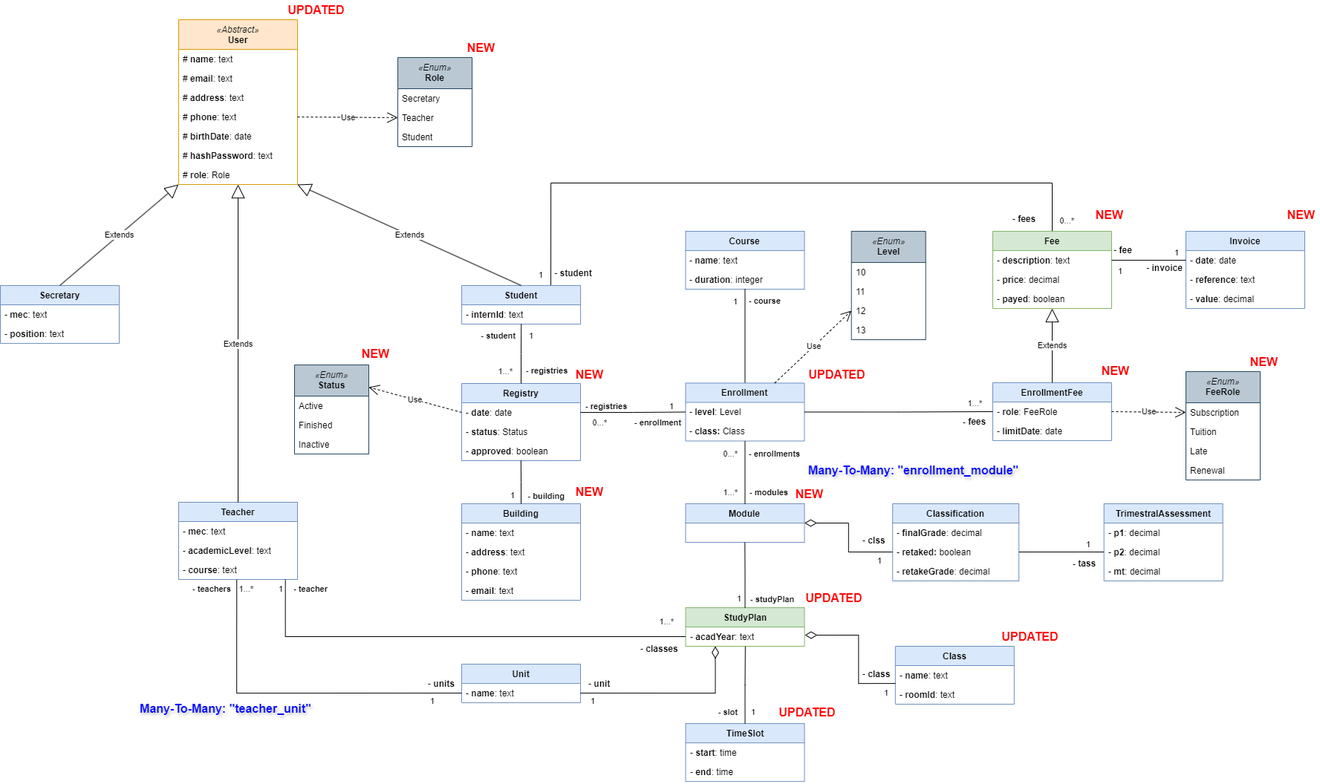
Before: documentation/data-model.drawio.png, a diagram exported from draw.io (Joaquim-Claudio/Imptel-Online_P.D.S-2024-2025). Source tidied: cells renumbered, new cells last; positions are measured from the earlier drawing's top-left corner, leaving out a move shared by most shapes.
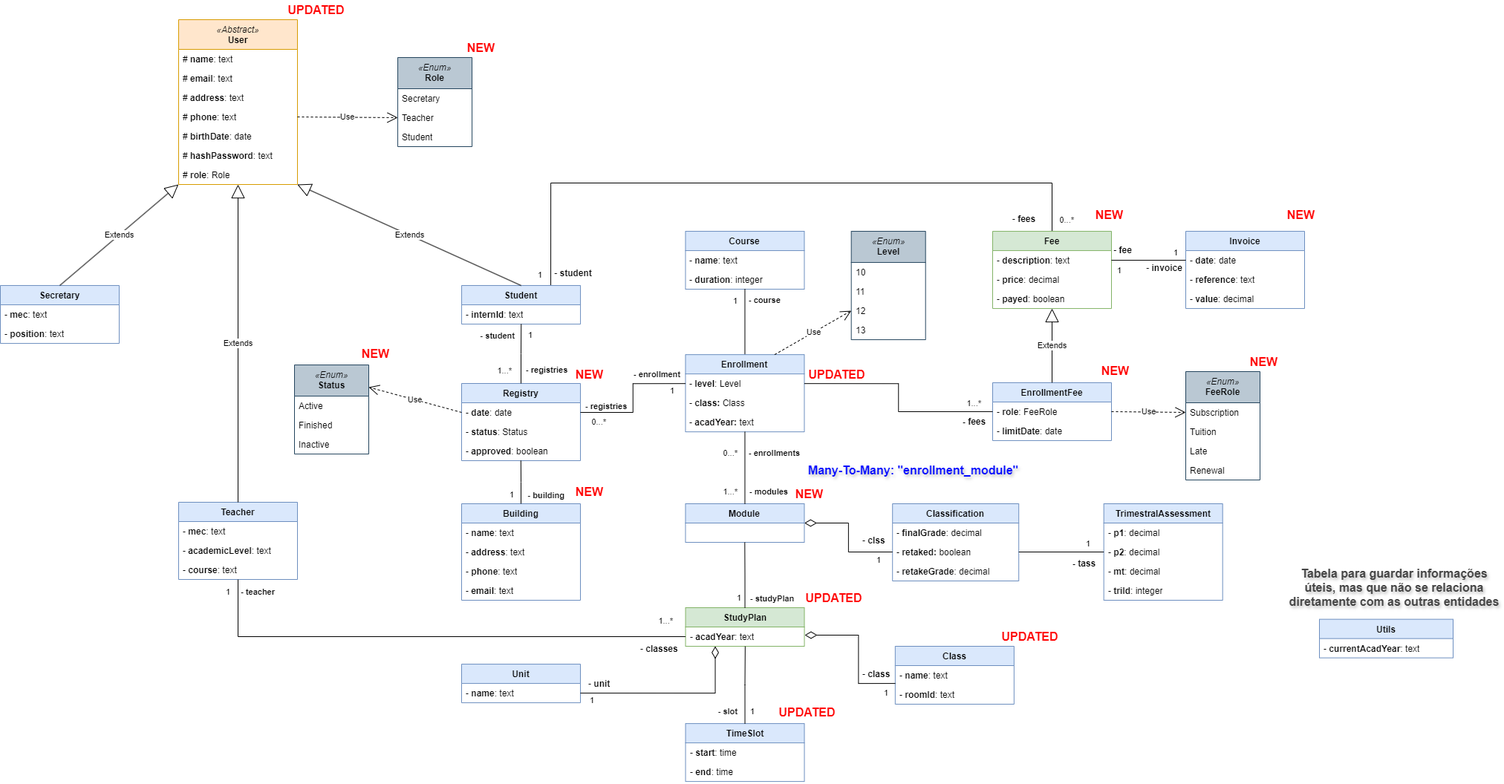
Later version of the same file.

Commit message:
Data model updated.

Change to the diagram source:
```diff
@@ -89,7 +89,7 @@
       <mxGeometry relative="1" as="geometry" />
     </mxCell>
     <mxCell id="29" value="Enrollment" style="swimlane;fontStyle=1;align=center;verticalAlign=top;horizontal=1;startSize=26;whiteSpace=wrap;html=1;fillColor=#dae8fc;strokeColor=#6c8ebf;" parent="1" vertex="1">
-      <mxGeometry x="922.5" y="515.5" width="160" height="78" as="geometry" />
+      <mxGeometry x="922.5" y="477.2" width="160" height="104" as="geometry" />
     </mxCell>
     <mxCell id="30" value="- &lt;b&gt;level&lt;/b&gt;: Level" style="text;strokeColor=none;fillColor=none;align=left;verticalAlign=top;spacingLeft=4;spacingRight=4;overflow=hidden;points=[[0,0.5],[1,0.5]];portConstraint=eastwest;whiteSpace=wrap;html=1;" parent="29" vertex="1">
       <mxGeometry y="26" width="160" height="26" as="geometry" />
@@ -97,6 +97,9 @@
     <mxCell id="31" value="- &lt;b&gt;class: &lt;/b&gt;Class" style="text;strokeColor=none;fillColor=none;align=left;verticalAlign=top;spacingLeft=4;spacingRight=4;overflow=hidden;whiteSpace=wrap;html=1;" parent="29" vertex="1">
       <mxGeometry y="52" width="160" height="26" as="geometry" />
     </mxCell>
+    <mxCell id="168" value="- &lt;b&gt;acadYear: &lt;/b&gt;text" style="text;strokeColor=none;fillColor=none;align=left;verticalAlign=top;spacingLeft=4;spacingRight=4;overflow=hidden;whiteSpace=wrap;html=1;" parent="29" vertex="1">
+      <mxGeometry y="78" width="160" height="26" as="geometry" />
+    </mxCell>
     <mxCell id="32" value="Extends" style="endArrow=block;endSize=16;endFill=0;html=1;rounded=0;entryX=-0.001;entryY=1;entryDx=0;entryDy=0;entryPerimeter=0;exitX=0.5;exitY=0;exitDx=0;exitDy=0;" parent="1" edge="1" source="10" target="9">
       <mxGeometry relative="1" as="geometry" />
     </mxCell>
@@ -125,7 +128,7 @@
       <mxGeometry y="78" width="170" height="26" as="geometry" />
     </mxCell>
     <mxCell id="41" value="TrimestralAssessment" style="swimlane;fontStyle=1;align=center;verticalAlign=top;horizontal=1;startSize=26;whiteSpace=wrap;html=1;fillColor=#dae8fc;strokeColor=#6c8ebf;" parent="1" vertex="1">
-      <mxGeometry x="1485.7" y="678" width="160" height="104" as="geometry" />
+      <mxGeometry x="1485.7" y="678" width="160" height="130" as="geometry" />
     </mxCell>
     <mxCell id="42" value="- &lt;b&gt;p1&lt;/b&gt;: decimal" style="text;strokeColor=none;fillColor=none;align=left;verticalAlign=top;spacingLeft=4;spacingRight=4;overflow=hidden;whiteSpace=wrap;html=1;" parent="41" vertex="1">
       <mxGeometry y="26" width="160" height="26" as="geometry" />
@@ -136,6 +139,9 @@
     <mxCell id="44" value="- &lt;b&gt;mt&lt;/b&gt;: decimal" style="text;strokeColor=none;fillColor=none;align=left;verticalAlign=top;spacingLeft=4;spacingRight=4;overflow=hidden;whiteSpace=wrap;html=1;" parent="41" vertex="1">
       <mxGeometry y="78" width="160" height="26" as="geometry" />
     </mxCell>
+    <mxCell id="169" value="- &lt;b&gt;triId&lt;/b&gt;: integer" style="text;strokeColor=none;fillColor=none;align=left;verticalAlign=top;spacingLeft=4;spacingRight=4;overflow=hidden;whiteSpace=wrap;html=1;" parent="41" vertex="1">
+      <mxGeometry y="104" width="160" height="26" as="geometry" />
+    </mxCell>
     <mxCell id="45" value="TimeSlot" style="swimlane;fontStyle=1;align=center;verticalAlign=top;horizontal=1;startSize=26;whiteSpace=wrap;html=1;fillColor=#dae8fc;strokeColor=#6c8ebf;" parent="1" vertex="1">
       <mxGeometry x="922.5" y="974.1" width="160" height="78" as="geometry" />
     </mxCell>
@@ -145,9 +151,6 @@
     <mxCell id="47" value="- &lt;b&gt;end&lt;/b&gt;: time" style="text;strokeColor=none;fillColor=none;align=left;verticalAlign=top;spacingLeft=4;spacingRight=4;overflow=hidden;whiteSpace=wrap;html=1;" parent="45" vertex="1">
       <mxGeometry y="52" width="160" height="26" as="geometry" />
     </mxCell>
-    <mxCell id="48" value="1" style="edgeLabel;html=1;align=right;verticalAlign=bottom;" parent="1" vertex="1">
-      <mxGeometry x="906" y="554.5" as="geometry" />
-    </mxCell>
     <mxCell id="49" value="1" style="edgeLabel;html=1;align=right;verticalAlign=bottom;" parent="1" vertex="1">
       <mxGeometry x="706" y="463" as="geometry">
         <mxPoint x="11" y="-4" as="offset" />
@@ -193,7 +196,7 @@
       <mxGeometry x="799.9" y="951.1" as="geometry" />
     </mxCell>
     <mxCell id="63" value="1" style="edgeLabel;html=1;align=right;verticalAlign=bottom;" parent="1" vertex="1">
-      <mxGeometry x="380" y="800" as="geometry" />
+      <mxGeometry x="310" y="805" as="geometry" />
     </mxCell>
     <mxCell id="64" value="1...*" style="edgeLabel;html=1;align=right;verticalAlign=bottom;" parent="1" vertex="1">
       <mxGeometry x="906" y="844" as="geometry" />
@@ -280,7 +283,7 @@
       <mxGeometry relative="1" as="geometry" />
     </mxCell>
     <mxCell id="88" value="- &lt;b&gt;enrollment&lt;/b&gt;" style="edgeLabel;html=1;align=right;verticalAlign=bottom;" parent="1" vertex="1">
-      <mxGeometry x="916" y="576" as="geometry" />
+      <mxGeometry x="916" y="512" as="geometry" />
     </mxCell>
     <mxCell id="89" value="-&lt;b&gt; registries&lt;/b&gt;" style="edgeLabel;html=1;align=left;verticalAlign=bottom;" parent="1" vertex="1">
       <mxGeometry x="786" y="554.5" as="geometry" />
@@ -340,15 +343,16 @@
     <mxCell id="105" value="1" style="edgeLabel;html=1;align=right;verticalAlign=bottom;" parent="1" vertex="1">
       <mxGeometry x="692" y="674" as="geometry" />
     </mxCell>
-    <mxCell id="106" style="edgeStyle=orthogonalEdgeStyle;rounded=0;jettySize=auto;html=1;exitX=0;exitY=0.5;exitDx=0;exitDy=0;endArrow=none;endFill=0;entryX=0.898;entryY=1.009;entryDx=0;entryDy=0;entryPerimeter=0;" parent="1" edge="1" source="21" target="19">
+    <mxCell id="106" style="edgeStyle=orthogonalEdgeStyle;rounded=0;jettySize=auto;html=1;exitX=0;exitY=0.5;exitDx=0;exitDy=0;endArrow=none;endFill=0;entryX=0.494;entryY=1.005;entryDx=0;entryDy=0;entryPerimeter=0;" parent="1" edge="1" source="21" target="19">
       <mxGeometry relative="1" as="geometry">
         <Array as="points">
-          <mxPoint x="384" y="857" />
+          <mxPoint x="320" y="857" />
+          <mxPoint x="320" y="780" />
         </Array>
       </mxGeometry>
     </mxCell>
     <mxCell id="107" value="- &lt;b&gt;teacher&lt;/b&gt;" style="edgeLabel;html=1;align=right;verticalAlign=bottom;" parent="1" vertex="1">
-      <mxGeometry x="440" y="800" as="geometry" />
+      <mxGeometry x="370" y="805" as="geometry" />
     </mxCell>
     <mxCell id="108" value="- &lt;b&gt;classes&lt;/b&gt;" style="text;strokeColor=none;fillColor=none;align=left;verticalAlign=top;spacingLeft=4;spacingRight=4;overflow=hidden;whiteSpace=wrap;html=1;" parent="1" vertex="1">
       <mxGeometry x="856" y="859.6" width="66.5" height="26" as="geometry" />
@@ -512,23 +516,19 @@
     <mxCell id="161" value="UPDATED" style="text;align=center;fontStyle=1;verticalAlign=middle;spacingLeft=3;spacingRight=3;html=1;fontColor=#ff0000;fontSize=16;" parent="1" vertex="1">
       <mxGeometry x="1046" y="946.1" width="80.3" height="26" as="geometry" />
     </mxCell>
-    <mxCell id="162" style="edgeStyle=orthogonalEdgeStyle;rounded=0;jettySize=auto;html=1;exitX=0;exitY=0.5;exitDx=0;exitDy=0;entryX=0.489;entryY=1.015;entryDx=0;entryDy=0;entryPerimeter=0;endArrow=none;endFill=0;" parent="1" edge="1" source="34" target="19">
-      <mxGeometry relative="1" as="geometry" />
-    </mxCell>
-    <mxCell id="163" value="- &lt;b&gt;teachers&lt;/b&gt;" style="edgeLabel;html=1;align=right;verticalAlign=bottom;" parent="1" vertex="1">
-      <mxGeometry x="310" y="800" as="geometry" />
-    </mxCell>
-    <mxCell id="164" value="1...*" style="edgeLabel;html=1;align=right;verticalAlign=bottom;" parent="1" vertex="1">
-      <mxGeometry x="340" y="800" as="geometry" />
-    </mxCell>
-    <mxCell id="165" value="- &lt;b&gt;units&lt;/b&gt;" style="text;strokeColor=none;fillColor=none;align=left;verticalAlign=top;spacingLeft=4;spacingRight=4;overflow=hidden;whiteSpace=wrap;html=1;" parent="1" vertex="1">
-      <mxGeometry x="570" y="907.1" width="50.1" height="26" as="geometry" />
-    </mxCell>
-    <mxCell id="166" value="1" style="edgeLabel;html=1;align=right;verticalAlign=bottom;" parent="1" vertex="1">
-      <mxGeometry x="584" y="951.1" as="geometry" />
-    </mxCell>
-    <mxCell id="167" value="Many-To-Many: &quot;teacher_unit&quot;" style="text;align=center;fontStyle=1;verticalAlign=middle;spacingLeft=3;spacingRight=3;html=1;fontColor=#0008ff;fontSize=16;textShadow=1;" parent="1" vertex="1">
-      <mxGeometry x="156.5" y="940.6" width="293.5" height="26" as="geometry" />
-    </mxCell>
+    <mxCell id="170" value="Utils" style="swimlane;fontStyle=1;align=center;verticalAlign=top;horizontal=1;startSize=26;whiteSpace=wrap;html=1;fillColor=#dae8fc;strokeColor=#6c8ebf;" parent="1" vertex="1">
+      <mxGeometry x="1776" y="833.6" width="180" height="52" as="geometry" />
+    </mxCell>
+    <mxCell id="171" value="- &lt;b&gt;currentAcadYear&lt;/b&gt;: text" style="text;strokeColor=none;fillColor=none;align=left;verticalAlign=top;spacingLeft=4;spacingRight=4;overflow=hidden;whiteSpace=wrap;html=1;" parent="170" vertex="1">
+      <mxGeometry y="26" width="180" height="26" as="geometry" />
+    </mxCell>
+    <mxCell id="172" value="Tabela para guardar informações úteis, mas que não se relaciona diretamente com as outras entidades" style="text;align=center;fontStyle=1;verticalAlign=middle;spacingLeft=3;spacingRight=3;html=1;fontColor=#454545;fontSize=16;textShadow=1;whiteSpace=wrap;" parent="1" vertex="1">
+      <mxGeometry x="1730" y="756" width="293.5" height="70" as="geometry" />
+    </mxCell>
+    <mxCell id="173" value="1" style="edgeLabel;html=1;align=right;verticalAlign=bottom;" parent="1" vertex="1">
+      <mxGeometry x="1002.5" y="680" as="geometry">
+        <mxPoint x="-95" y="-146" as="offset" />
+      </mxGeometry>
+    </mxCell>
   </root>
 </mxGraphModel>
```
